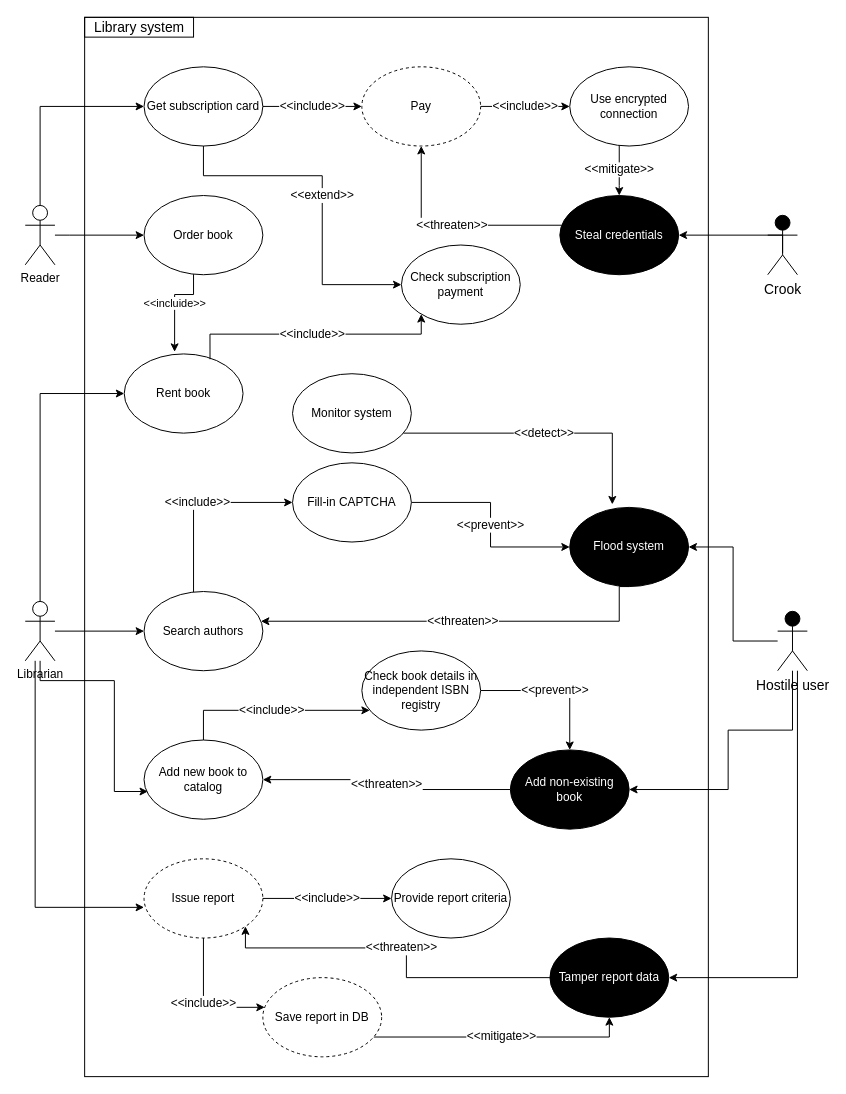
ivanchuchulski/highly-secure-software keeps this draw.io diagram as page "lab-01-abuse-case" (3 of 3) of lab-01/hss-lab-01.drawio. Above is the earlier version. Source tidied: cells renumbered, new cells numbered last; positions are measured from the earlier drawing's top-left corner, leaving out a move shared by most shapes. Both pictures are drawn from the tidied source at 99%, with x=0, y=0 at pixel (25, 17).
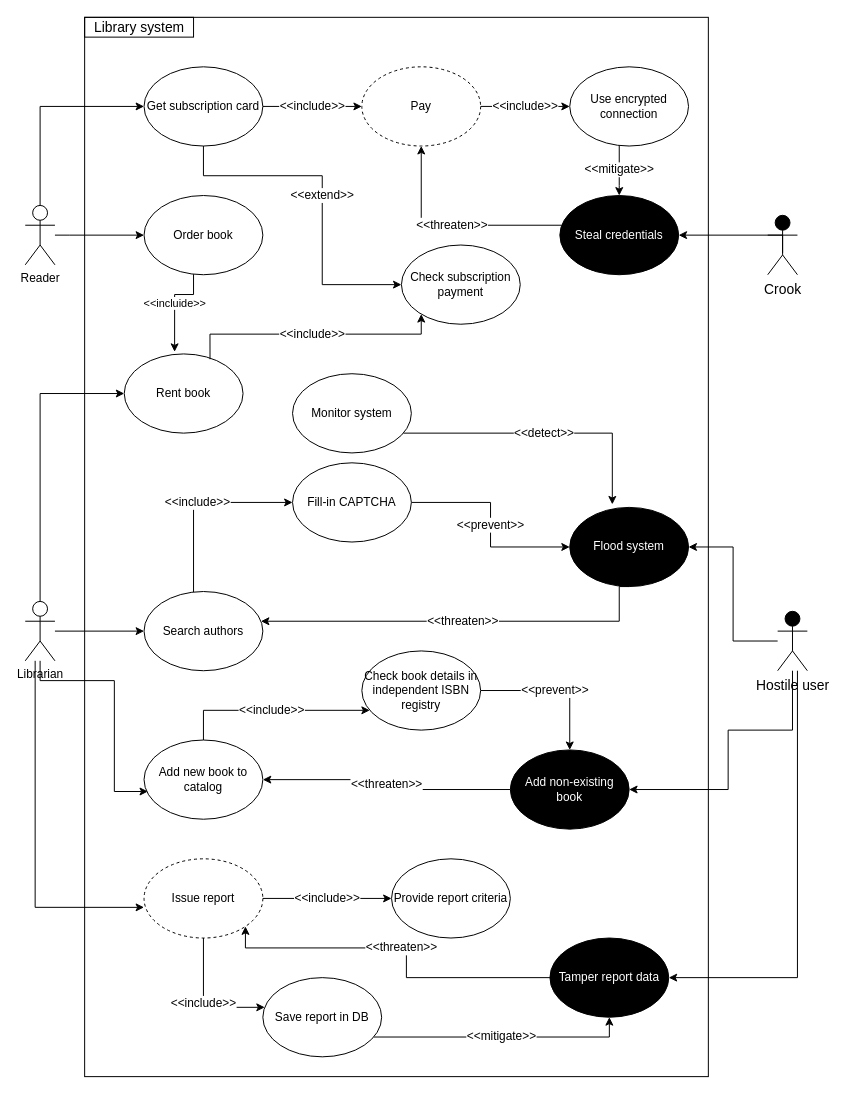
After the change.

What changed in the source:
```diff
@@
-    <mxCell id="49" value="Save report in DB" style="ellipse;whiteSpace=wrap;html=1;dashed=1;" parent="1" vertex="1">
+    <mxCell id="49" value="Save report in DB" style="ellipse;whiteSpace=wrap;html=1;" parent="1" vertex="1">
       <mxGeometry x="240" y="970" width="120" height="80" as="geometry" />
     </mxCell>
```
